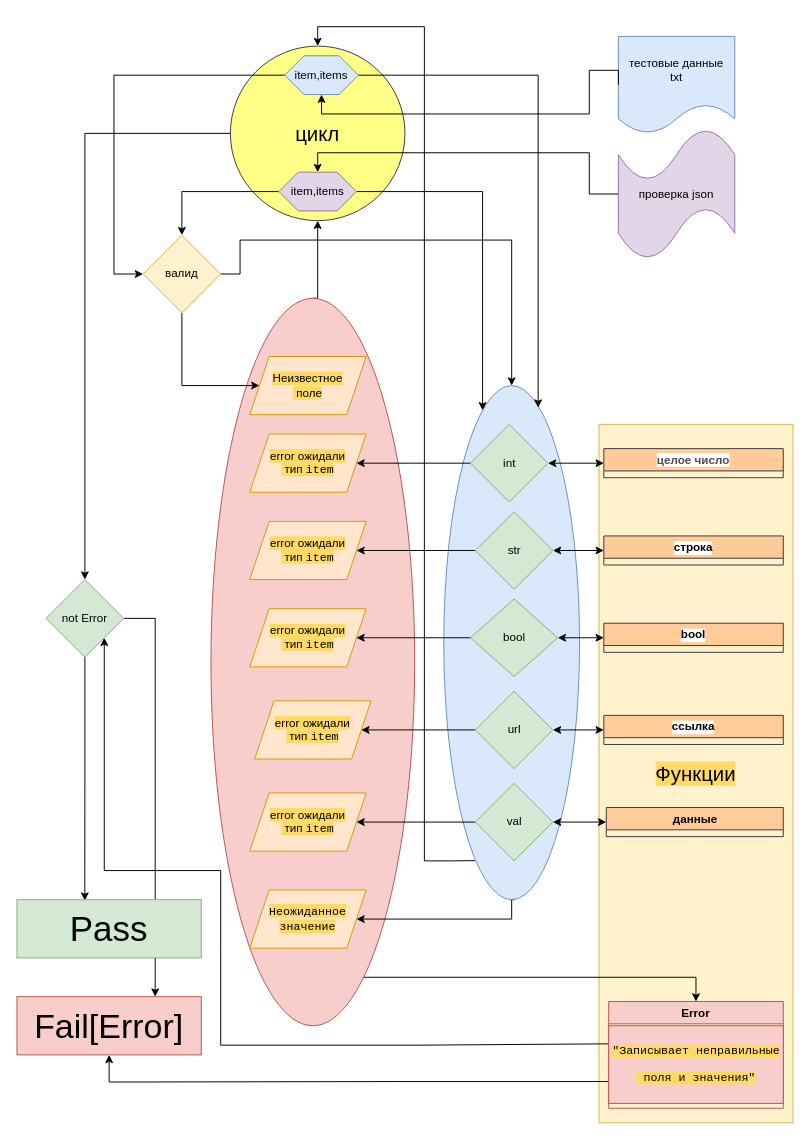
Earlier version of the draw.io diagram Practika15/practika15_2.drawio (KonstantinS007/PythonProject). Source tidied: cells renumbered, new cells numbered last; positions are measured from the earlier drawing's top-left corner, leaving out a move shared by most shapes. Both pictures are drawn from the tidied source at 97%, with x=0, y=0 at pixel (16, 26).
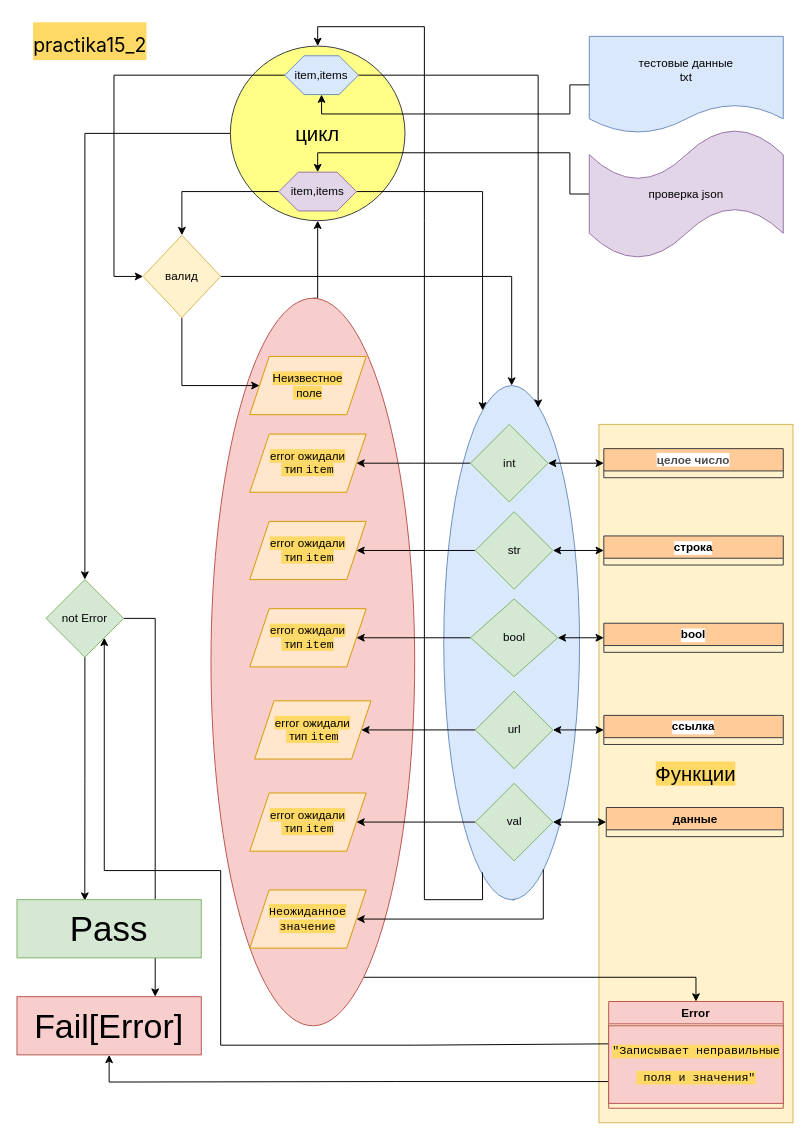
After the change.

The change refers to these unchanged cells:
```xml
<mxCell id="7" style="ellipse;whiteSpace=wrap;html=1;fillColor=#dae8fc;strokeColor=#6c8ebf;" parent="1" vertex="1">
  <mxGeometry x="440" y="370" width="140" height="530" as="geometry" />
</mxCell>
<mxCell id="24" value="&lt;font style=&quot;font-size: 21px;&quot;&gt;цикл&lt;/font&gt;" style="ellipse;whiteSpace=wrap;html=1;fillColor=#ffff88;strokeColor=#36393d;" parent="1" vertex="1">
  <mxGeometry x="220" y="20" width="180" height="180" as="geometry" />
</mxCell>
<mxCell id="33" value="&lt;span style=&quot;background-color: rgb(255, 217, 102);&quot;&gt;&lt;span style=&quot;font-family: &amp;quot;JetBrains Mono&amp;quot;, monospace;&quot;&gt;Неожиданное значение&lt;/span&gt;&lt;/span&gt;" style="shape=parallelogram;perimeter=parallelogramPerimeter;whiteSpace=wrap;html=1;fixedSize=1;fillColor=#ffe6cc;strokeColor=#d79b00;" parent="1" vertex="1">
  <mxGeometry x="240" y="890" width="120" height="60" as="geometry" />
</mxCell>
<mxCell id="36" value="item,items" style="shape=hexagon;perimeter=hexagonPerimeter2;whiteSpace=wrap;html=1;fixedSize=1;fillColor=#dae8fc;strokeColor=#6c8ebf;" parent="1" vertex="1">
  <mxGeometry x="276" y="30" width="76" height="40" as="geometry" />
</mxCell>
<mxCell id="39" value="item,items" style="shape=hexagon;perimeter=hexagonPerimeter2;whiteSpace=wrap;html=1;fixedSize=1;fillColor=#e1d5e7;strokeColor=#9673a6;" parent="1" vertex="1">
  <mxGeometry x="270" y="150" width="80" height="40" as="geometry" />
</mxCell>
```

Diff of the diagram source:
```diff
@@
     <mxCell id="8" value="тестовые данные&lt;br&gt;txt" style="shape=document;whiteSpace=wrap;html=1;boundedLbl=1;fillColor=#dae8fc;strokeColor=#6c8ebf;" parent="1" vertex="1">
-      <mxGeometry x="620" y="10" width="120" height="100" as="geometry" />
+      <mxGeometry x="590" y="10" width="200" height="100" as="geometry" />
     </mxCell>
@@
     <mxCell id="10" style="edgeStyle=orthogonalEdgeStyle;rounded=0;jettySize=auto;html=1;exitX=1;exitY=0.5;exitDx=0;exitDy=0;entryX=0.5;entryY=0;entryDx=0;entryDy=0;" parent="1" edge="1" source="11" target="7">
       <mxGeometry relative="1" as="geometry">
         <Array as="points">
-          <mxPoint x="230" y="255" />
-          <mxPoint x="230" y="220" />
-          <mxPoint x="510" y="220" />
+          <mxPoint x="510" y="257" />
         </Array>
       </mxGeometry>
     </mxCell>
     <mxCell id="11" value="валид" style="rhombus;whiteSpace=wrap;html=1;fillColor=#fff2cc;strokeColor=#d6b656;" parent="1" vertex="1">
-      <mxGeometry x="130" y="215" width="80" height="80" as="geometry" />
+      <mxGeometry x="130" y="215" width="80" height="85" as="geometry" />
     </mxCell>
@@
-    <mxCell id="18" style="edgeStyle=orthogonalEdgeStyle;rounded=0;jettySize=auto;html=1;entryX=1;entryY=0.5;entryDx=0;entryDy=0;exitX=0.5;exitY=1;exitDx=0;exitDy=0;" parent="1" edge="1" source="7" target="33">
+    <mxCell id="18" style="edgeStyle=orthogonalEdgeStyle;rounded=0;jettySize=auto;html=1;entryX=1;entryY=0.5;entryDx=0;entryDy=0;exitX=0.733;exitY=0.941;exitDx=0;exitDy=0;exitPerimeter=0;" parent="1" edge="1" source="7" target="33">
       <mxGeometry relative="1" as="geometry">
         <Array as="points">
-          <mxPoint x="510" y="920" />
+          <mxPoint x="543" y="920" />
         </Array>
       </mxGeometry>
     </mxCell>
@@
     <mxCell id="31" style="edgeStyle=orthogonalEdgeStyle;rounded=0;jettySize=auto;html=1;exitX=0;exitY=0.5;exitDx=0;exitDy=0;exitPerimeter=0;entryX=0.5;entryY=0;entryDx=0;entryDy=0;" parent="1" edge="1" source="32" target="39">
       <mxGeometry relative="1" as="geometry">
         <Array as="points">
-          <mxPoint x="590" y="173" />
-          <mxPoint x="590" y="130" />
+          <mxPoint x="570" y="173" />
+          <mxPoint x="570" y="130" />
           <mxPoint x="310" y="130" />
         </Array>
       </mxGeometry>
     </mxCell>
     <mxCell id="32" value="проверка json" style="shape=tape;whiteSpace=wrap;html=1;fillColor=#e1d5e7;strokeColor=#9673a6;" parent="1" vertex="1">
-      <mxGeometry x="620" y="105" width="120" height="135" as="geometry" />
+      <mxGeometry x="590" y="105" width="200" height="135" as="geometry" />
     </mxCell>
@@
     <mxCell id="34" style="edgeStyle=orthogonalEdgeStyle;rounded=0;jettySize=auto;html=1;exitX=0;exitY=0.5;exitDx=0;exitDy=0;entryX=0;entryY=0.5;entryDx=0;entryDy=0;" parent="1" edge="1" source="36" target="11">
       <mxGeometry relative="1" as="geometry">
         <Array as="points">
           <mxPoint x="100" y="50" />
-          <mxPoint x="100" y="255" />
+          <mxPoint x="100" y="258" />
+          <mxPoint x="130" y="258" />
         </Array>
       </mxGeometry>
     </mxCell>
@@
-    <mxCell id="59" style="endArrow=classic;html=1;rounded=0;fontFamily=Helvetica;fontSize=35;fontColor=#000000;entryX=0.5;entryY=0;entryDx=0;entryDy=0;exitX=0.23;exitY=0.924;exitDx=0;exitDy=0;exitPerimeter=0;" parent="1" edge="1" source="7" target="24">
+    <mxCell id="59" style="endArrow=classic;html=1;rounded=0;fontFamily=Helvetica;fontSize=35;fontColor=#000000;entryX=0.5;entryY=0;entryDx=0;entryDy=0;exitX=0.285;exitY=0.947;exitDx=0;exitDy=0;exitPerimeter=0;" parent="1" edge="1" source="7" target="24">
       <mxGeometry relative="1" as="geometry">
         <Array as="points">
-          <mxPoint x="450" y="860" />
-          <mxPoint x="420" y="860" />
+          <mxPoint x="480" y="900" />
+          <mxPoint x="420" y="900" />
           <mxPoint x="420" y="390" />
           <mxPoint x="420" y="200" />
           <mxPoint x="420" />
           <mxPoint x="310" />
         </Array>
       </mxGeometry>
     </mxCell>
     <mxCell id="60" style="edgeStyle=orthogonalEdgeStyle;rounded=0;jettySize=auto;html=1;entryX=0.5;entryY=1;entryDx=0;entryDy=0;fontFamily=Helvetica;fontSize=35;fontColor=#000000;exitX=0;exitY=0.5;exitDx=0;exitDy=0;" parent="1" edge="1" source="8" target="36">
       <mxGeometry relative="1" as="geometry">
         <Array as="points">
-          <mxPoint x="590" y="45" />
-          <mxPoint x="590" y="90" />
+          <mxPoint x="570" y="60" />
+          <mxPoint x="570" y="90" />
           <mxPoint x="314" y="90" />
         </Array>
       </mxGeometry>
     </mxCell>
@@
+    <mxCell id="62" value="&lt;h2 style=&quot;box-sizing: border-box; margin-bottom: 0px; font-family: -apple-system, BlinkMacSystemFont, &amp;quot;Segoe UI&amp;quot;, &amp;quot;Noto Sans&amp;quot;, Helvetica, Arial, sans-serif, &amp;quot;Apple Color Emoji&amp;quot;, &amp;quot;Segoe UI Emoji&amp;quot;; text-align: start; margin-top: 0px !important; font-weight: var(--base-text-weight-normal, 400)  !important; flex: 1 1 auto !important; align-self: center !important; order: inherit !important; width: auto !important; min-width: 0px !important; margin-right: var(--base-size-8, 8px)  !important; margin-left: var(--base-size-8, 8px)  !important;&quot; class=&quot;breadcrumb flex-auto flex-self-center min-width-0 text-normal mx-2 width-full width-md-auto flex-order-1 flex-md-order-none mt-3 mt-md-0&quot; id=&quot;blob-path&quot;&gt;&lt;span style=&quot;background-color: rgb(255, 217, 102);&quot;&gt;&lt;font style=&quot;font-size: 20px;&quot;&gt;practika15_2&lt;/font&gt;&lt;/span&gt;&lt;/h2&gt;" style="text;html=1;align=center;verticalAlign=middle;strokeColor=none;fillColor=none;fontSize=21;fontFamily=Helvetica;fontColor=#000000;" parent="1" vertex="1">
+      <mxGeometry y="-10" width="150" height="50" as="geometry" />
+    </mxCell>
```
